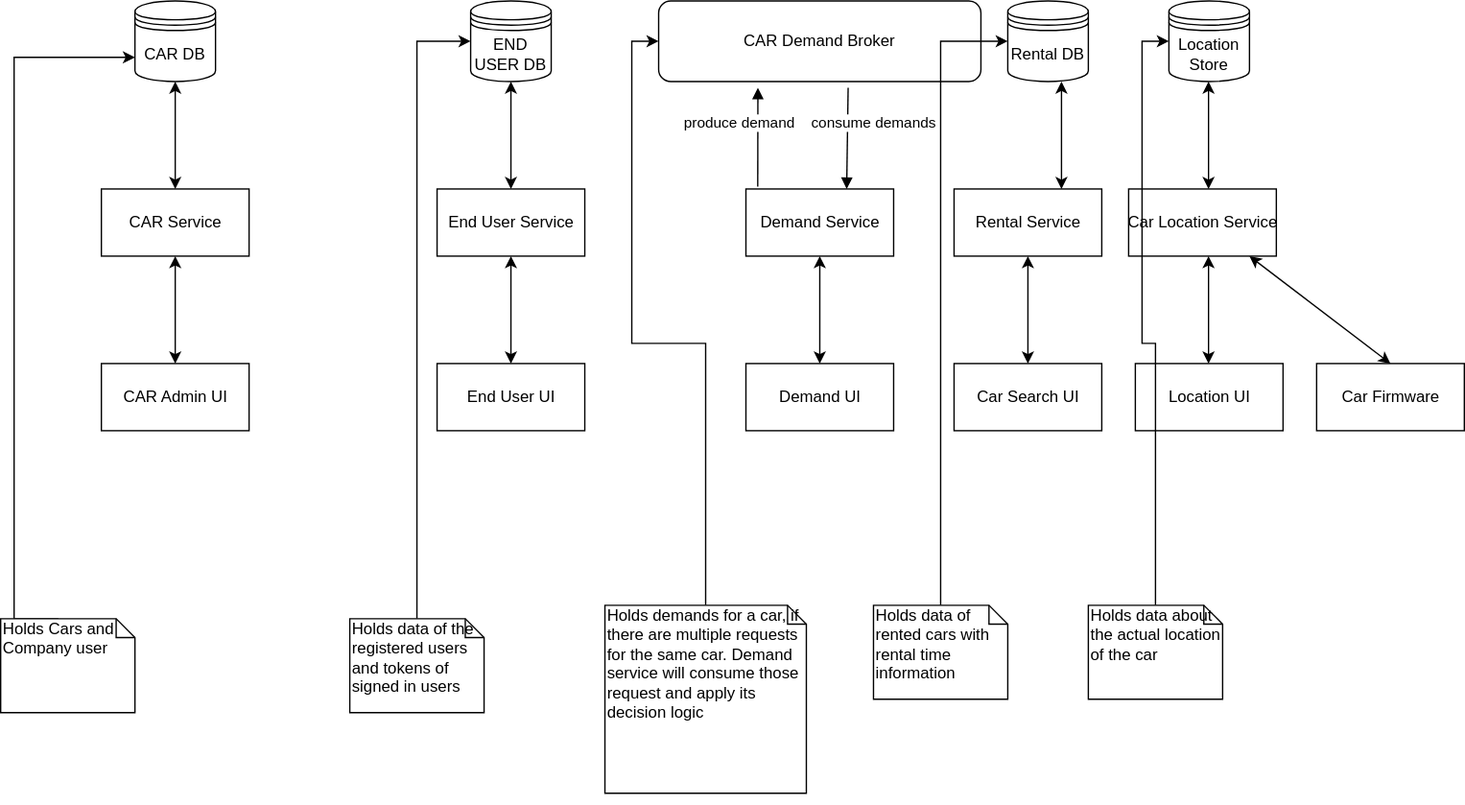
The draw.io diagram PublicCarRental.svg in opencarrentalproject/publicCarRental-backend, before a commit. Source tidied: cells renumbered, new cells last; positions are measured from the earlier drawing's top-left corner, leaving out a move shared by most shapes.
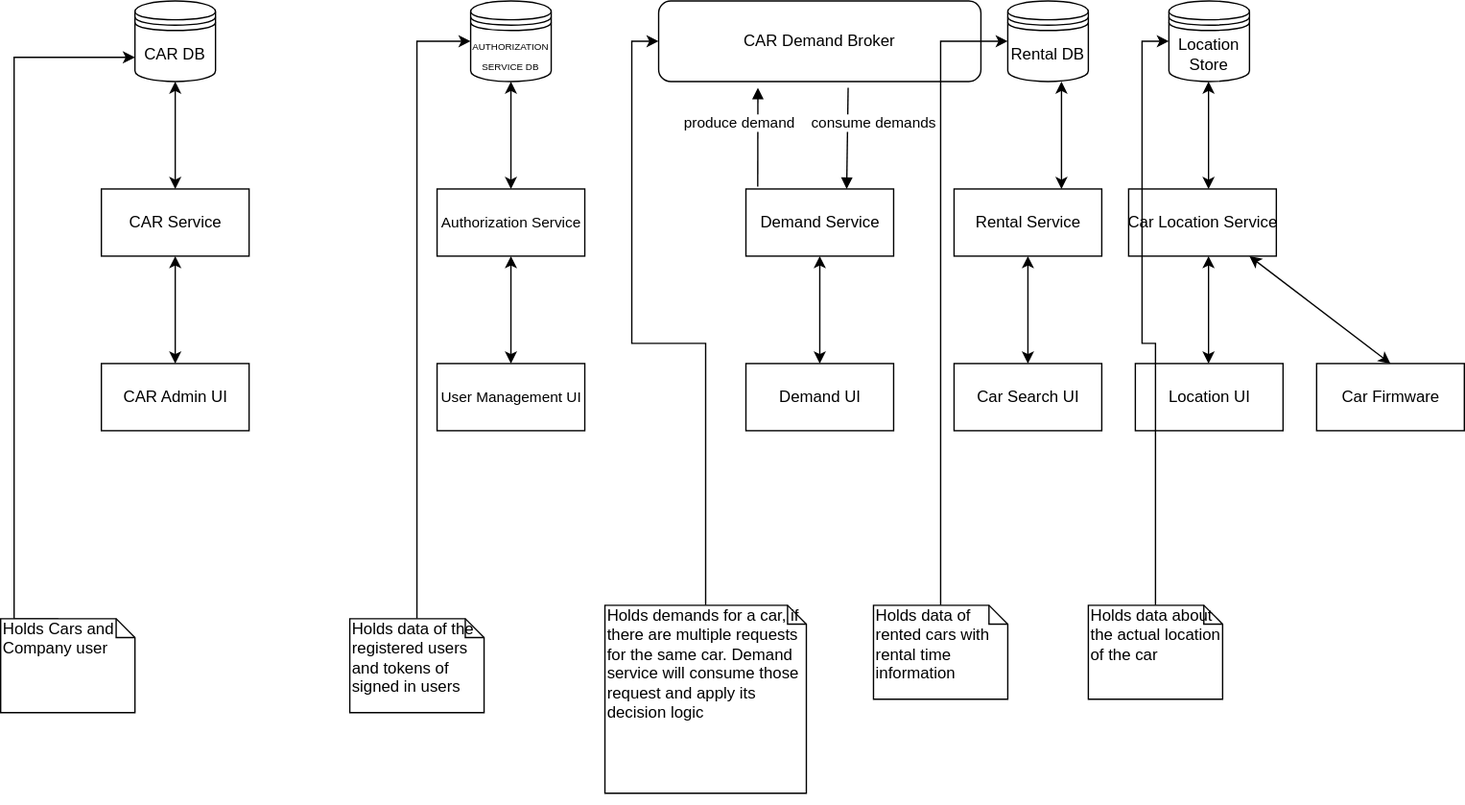
Later version of the same file.

The edit, as a diff of the source:
```diff
@@ -5,7 +5,7 @@
     <mxCell id="2" value="CAR DB" style="shape=datastore;whiteSpace=wrap;html=1;" parent="1" vertex="1">
       <mxGeometry x="100" width="60" height="60" as="geometry" />
     </mxCell>
-    <mxCell id="3" value="END USER DB" style="shape=datastore;whiteSpace=wrap;html=1;" parent="1" vertex="1">
+    <mxCell id="3" value="&lt;font style=&quot;font-size: 7px&quot;&gt;AUTHORIZATION&lt;br&gt;SERVICE DB&lt;/font&gt;" style="shape=datastore;whiteSpace=wrap;html=1;" parent="1" vertex="1">
       <mxGeometry x="350" width="60" height="60" as="geometry" />
     </mxCell>
     <mxCell id="4" value="CAR Service" style="html=1;" parent="1" vertex="1">
@@ -20,10 +20,10 @@
     <mxCell id="7" style="endArrow=classic;startArrow=classic;html=1;entryX=0.5;entryY=1;entryDx=0;entryDy=0;exitX=0.5;exitY=0;exitDx=0;exitDy=0;" parent="1" edge="1" source="5" target="4">
       <mxGeometry relative="1" as="geometry" />
     </mxCell>
-    <mxCell id="8" value="End User Service" style="html=1;" parent="1" vertex="1">
+    <mxCell id="8" value="&lt;font style=&quot;font-size: 11px&quot;&gt;Authorization Service&lt;/font&gt;" style="html=1;" parent="1" vertex="1">
       <mxGeometry x="325" y="140" width="110" height="50" as="geometry" />
     </mxCell>
-    <mxCell id="9" value="End User UI" style="html=1;" parent="1" vertex="1">
+    <mxCell id="9" value="&lt;font style=&quot;font-size: 11px&quot;&gt;User Management UI&lt;/font&gt;" style="html=1;" parent="1" vertex="1">
       <mxGeometry x="325" y="270" width="110" height="50" as="geometry" />
     </mxCell>
     <mxCell id="10" style="endArrow=classic;startArrow=classic;html=1;exitX=0.5;exitY=0;exitDx=0;exitDy=0;entryX=0.5;entryY=1;entryDx=0;entryDy=0;" parent="1" edge="1" source="9" target="8">
```
